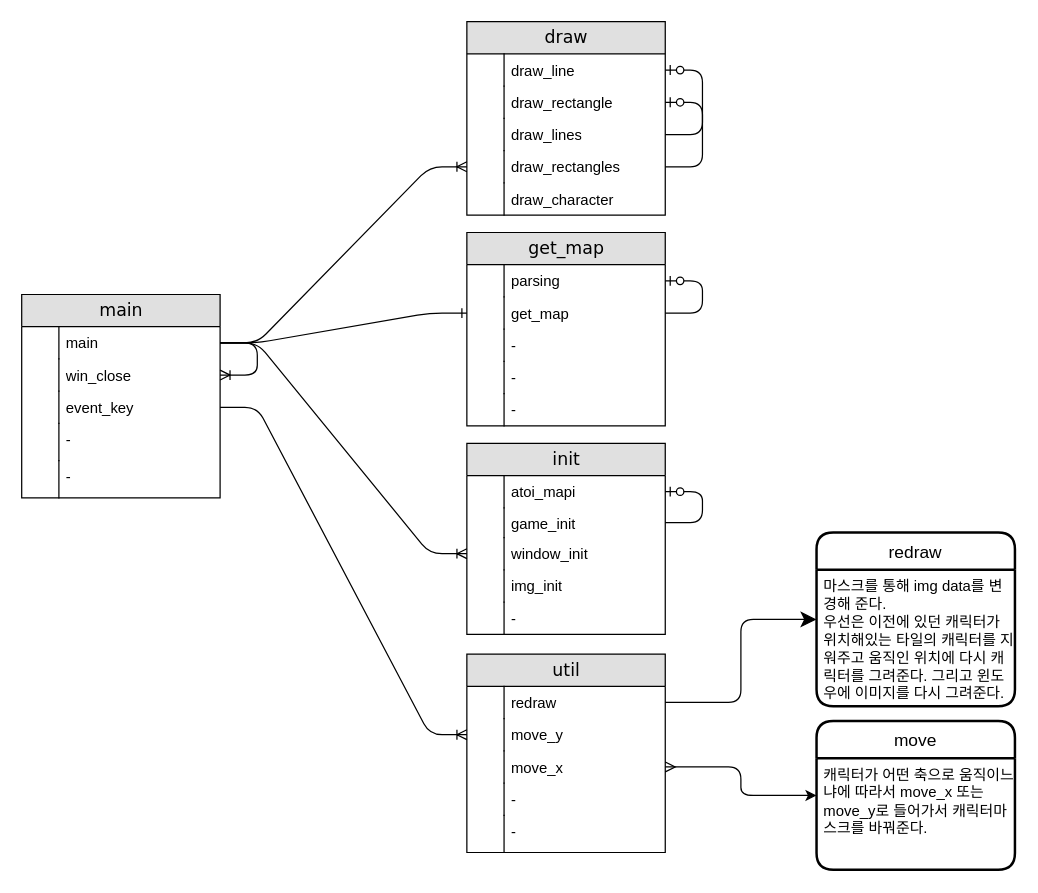
meong99/42_seoul keeps this draw.io diagram as drawio/cub3d.drawio. Above is the earlier version. Source tidied: cells renumbered, new cells numbered last; positions are measured from the earlier drawing's top-left corner, leaving out a move shared by most shapes. Both pictures are drawn from the tidied source at 124%, with x=0, y=0 at pixel (21, 21).
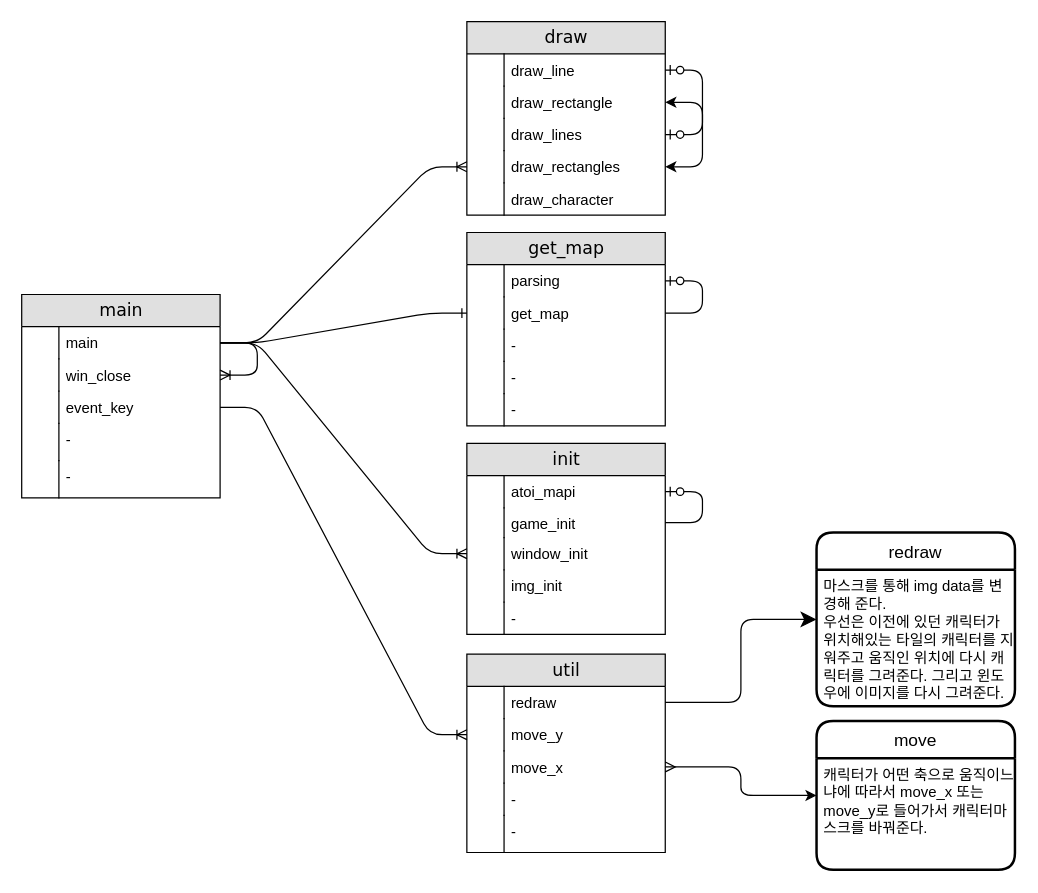
Above is the later version.

The change refers to these unchanged cells:
```xml
<mxCell id="2" value="draw" style="swimlane;html=1;fontStyle=0;horizontal=1;startSize=26;fillColor=#e0e0e0;swimlaneFillColor=#ffffff;align=center;rounded=0;shadow=0;comic=0;labelBackgroundColor=none;strokeWidth=1;fontFamily=Verdana;fontSize=14;" parent="1" vertex="1">
  <mxGeometry x="359" width="160" height="156" as="geometry" />
</mxCell>
<mxCell id="3" value="draw_line" style="shape=partialRectangle;top=0;left=0;right=0;bottom=0;html=1;align=left;verticalAlign=top;fillColor=none;spacingLeft=34;spacingRight=4;whiteSpace=wrap;overflow=hidden;points=[[0,0.5],[1,0.5]];portConstraint=eastwest;" parent="2" vertex="1">
  <mxGeometry y="26" width="160" height="26" as="geometry" />
</mxCell>
<mxCell id="5" value="draw_rectangle" style="shape=partialRectangle;top=0;left=0;right=0;bottom=0;html=1;align=left;verticalAlign=top;fillColor=none;spacingLeft=34;spacingRight=4;whiteSpace=wrap;overflow=hidden;points=[[0,0.5],[1,0.5]];portConstraint=eastwest;" parent="2" vertex="1">
  <mxGeometry y="52" width="160" height="26" as="geometry" />
</mxCell>
<mxCell id="7" value="draw_lines" style="shape=partialRectangle;top=0;left=0;right=0;bottom=0;html=1;align=left;verticalAlign=top;fillColor=none;spacingLeft=34;spacingRight=4;whiteSpace=wrap;overflow=hidden;points=[[0,0.5],[1,0.5]];portConstraint=eastwest;" parent="2" vertex="1">
  <mxGeometry y="78" width="160" height="26" as="geometry" />
</mxCell>
<mxCell id="9" value="draw_rectangles" style="shape=partialRectangle;top=0;left=0;right=0;bottom=0;html=1;align=left;verticalAlign=top;fillColor=none;spacingLeft=34;spacingRight=4;whiteSpace=wrap;overflow=hidden;points=[[0,0.5],[1,0.5]];portConstraint=eastwest;" parent="2" vertex="1">
  <mxGeometry y="104" width="160" height="26" as="geometry" />
</mxCell>
```

Diff of the diagram source:
```diff
@@
-    <mxCell id="13" style="edgeStyle=entityRelationEdgeStyle;fontSize=12;html=1;endArrow=ERzeroToOne;endFill=1;" parent="2" edge="1" source="9" target="5">
+    <mxCell id="13" style="edgeStyle=entityRelationEdgeStyle;fontSize=12;html=1;endArrow=classic;endFill=1;startArrow=classic;startFill=1;" parent="2" edge="1" source="9" target="5">
       <mxGeometry relative="1" as="geometry" />
     </mxCell>
-    <mxCell id="14" style="edgeStyle=entityRelationEdgeStyle;fontSize=12;html=1;endArrow=ERzeroToOne;endFill=1;jumpStyle=sharp;" parent="2" edge="1" source="7" target="3">
+    <mxCell id="14" style="edgeStyle=entityRelationEdgeStyle;fontSize=12;html=1;endArrow=ERzeroToOne;endFill=1;jumpStyle=sharp;startArrow=ERzeroToOne;startFill=1;" parent="2" edge="1" source="7" target="3">
       <mxGeometry relative="1" as="geometry" />
     </mxCell>
```
